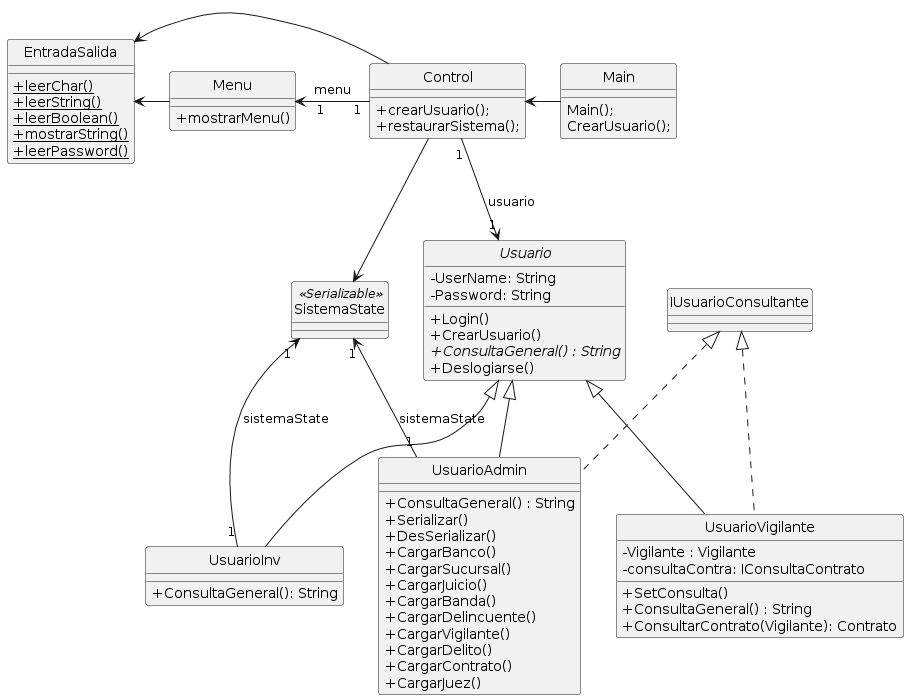
Before: Documentacion/D2.DiagramaClasesVUSUARIOS.png, a diagram exported from PlantUML (IMettaINSPT/1ParcialP2).
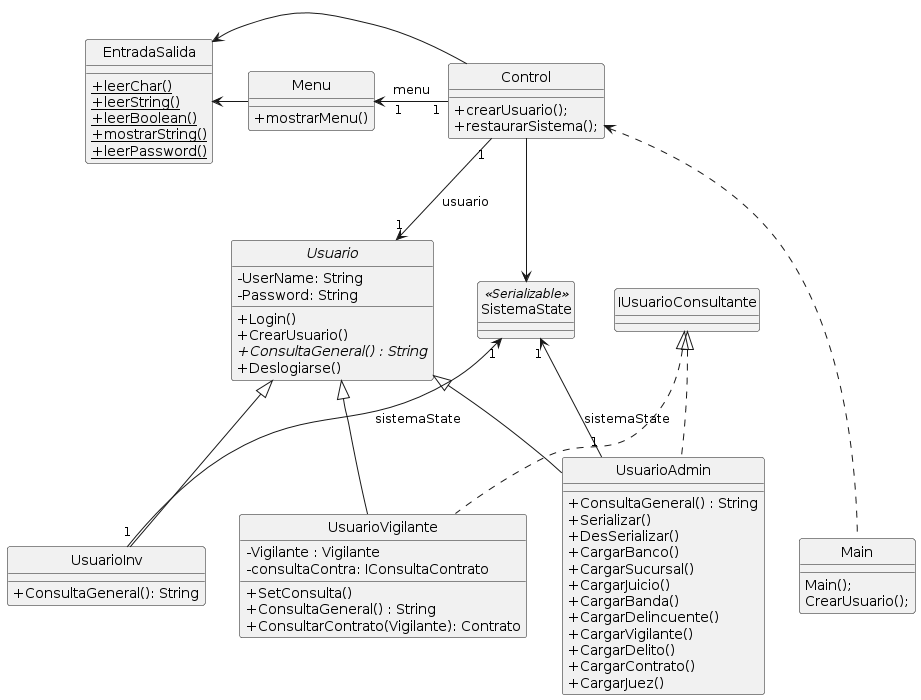
Above is the later version.

Diff of the diagram source:
```diff
@@ -73,7 +73,7 @@
 SistemaState "1"<-- "1" UsuarioAdmin :sistemaState
 SistemaState "1"<-- "1" UsuarioInv:sistemaState
 Control "1" -> "1" Usuario : usuario
-Control <-Main
+Control <...Main
 Menu "   1 " <- "     1" Control: menu
 EntradaSalida <-Menu
 EntradaSalida <-Control
```
